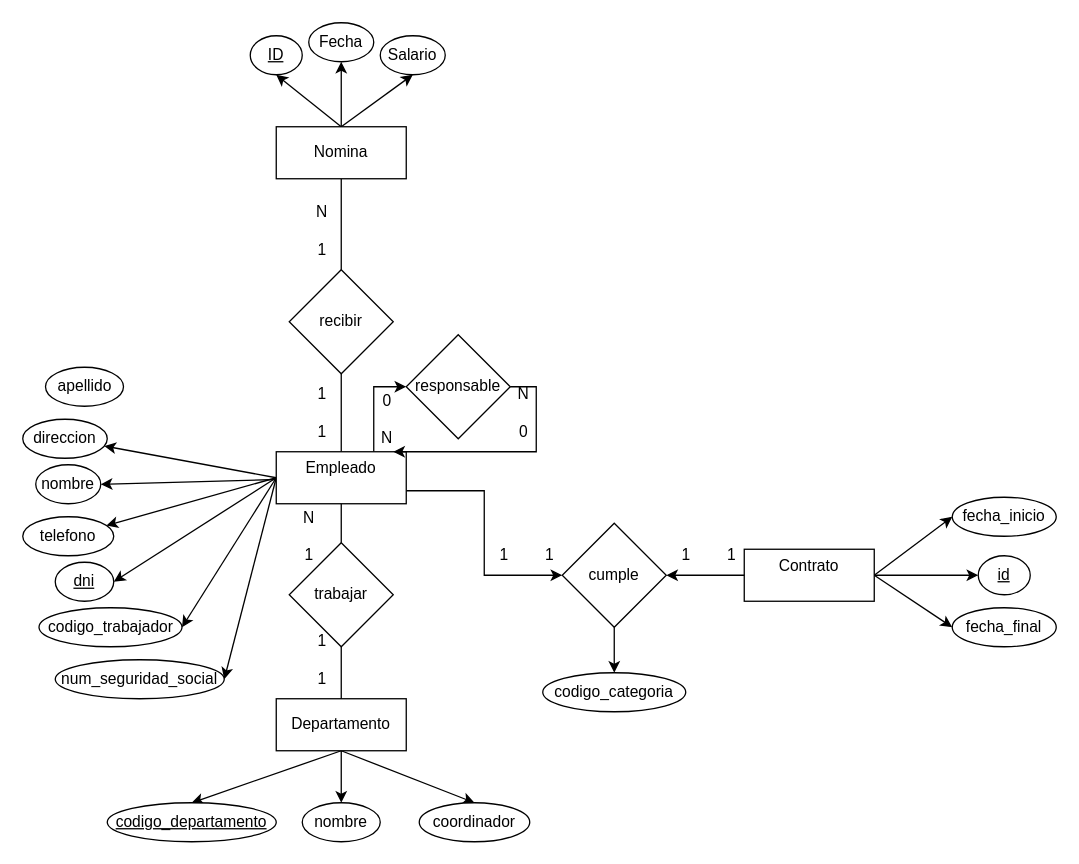
The draw.io diagram ej7.drawio in adriii28/amr-tsys-C3U12-11102023, before the edit. Source tidied: cells renumbered, new cells numbered last; positions are measured from the earlier drawing's top-left corner, leaving out a move shared by most shapes. Both pictures are drawn from the tidied source at 130%, with x=0, y=0 at pixel (22, 22).
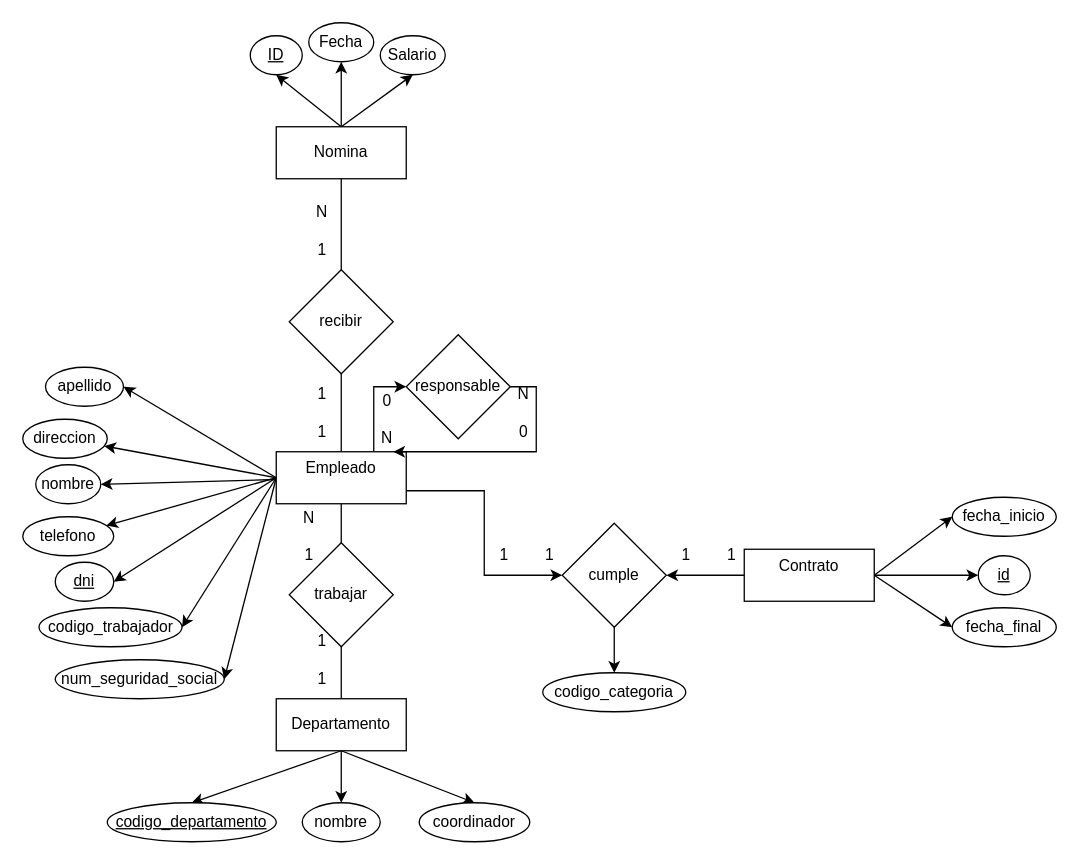
The same diagram, later.

The change refers to these unchanged cells:
```xml
<mxCell id="11" value="&#10;Empleado&#10;&#10;" style="rounded=0;whiteSpace=wrap;html=1;" parent="1" vertex="1">
  <mxGeometry x="195" y="330" width="100" height="40" as="geometry" />
</mxCell>
<mxCell id="34" value="apellido" style="ellipse;whiteSpace=wrap;html=1;" parent="1" vertex="1">
  <mxGeometry x="17.5" y="265" width="60" height="30" as="geometry" />
</mxCell>
```

Diff of the diagram source:
```diff
@@
+    <mxCell id="61" style="rounded=0;jettySize=auto;html=1;entryX=1;entryY=0.5;entryDx=0;entryDy=0;exitX=0;exitY=0.5;exitDx=0;exitDy=0;" parent="1" edge="1" source="11" target="34">
+      <mxGeometry relative="1" as="geometry" />
+    </mxCell>
```
